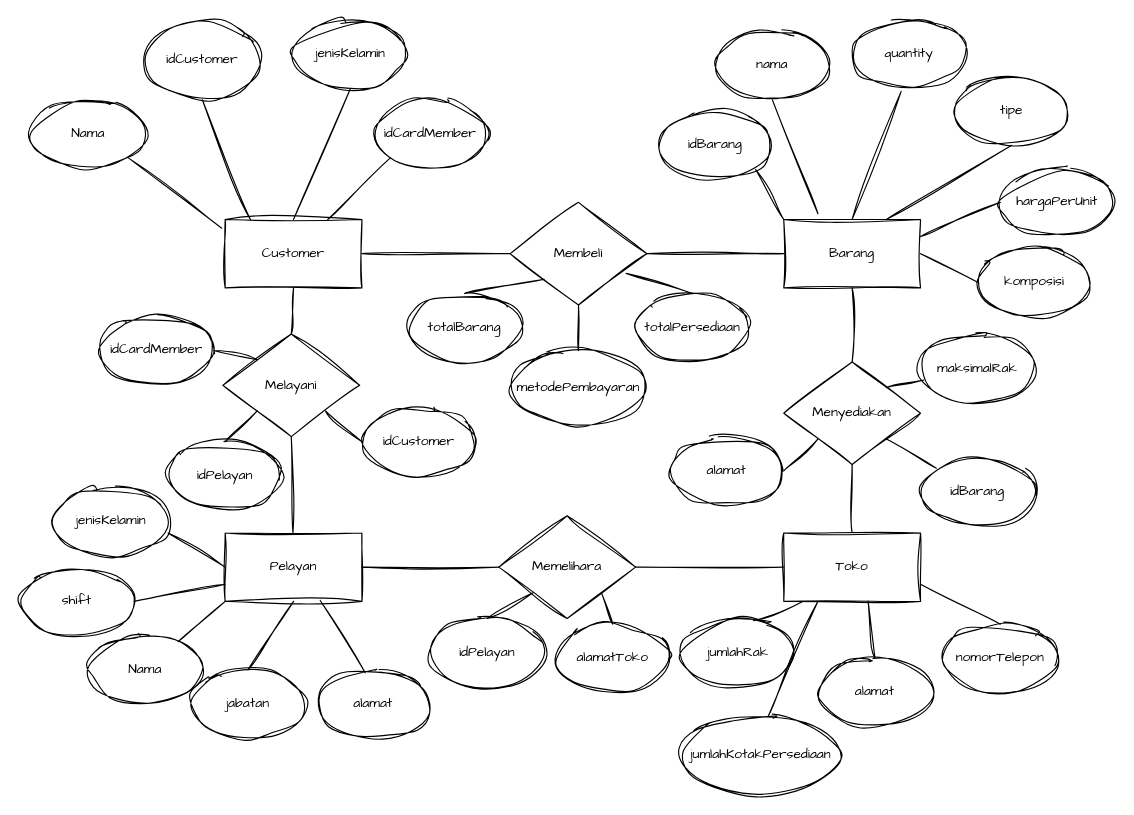
Before: page "UTS1" (1 of 3) of UTS.drawio in azzaky9/Analisis-Desain-System-Archive, a draw.io diagram. Source tidied: cells renumbered, new cells numbered last; positions are measured from the earlier drawing's top-left corner, leaving out a move shared by most shapes. Both pictures are drawn from the tidied source at 114%, with x=0, y=0 at pixel (19, 19).
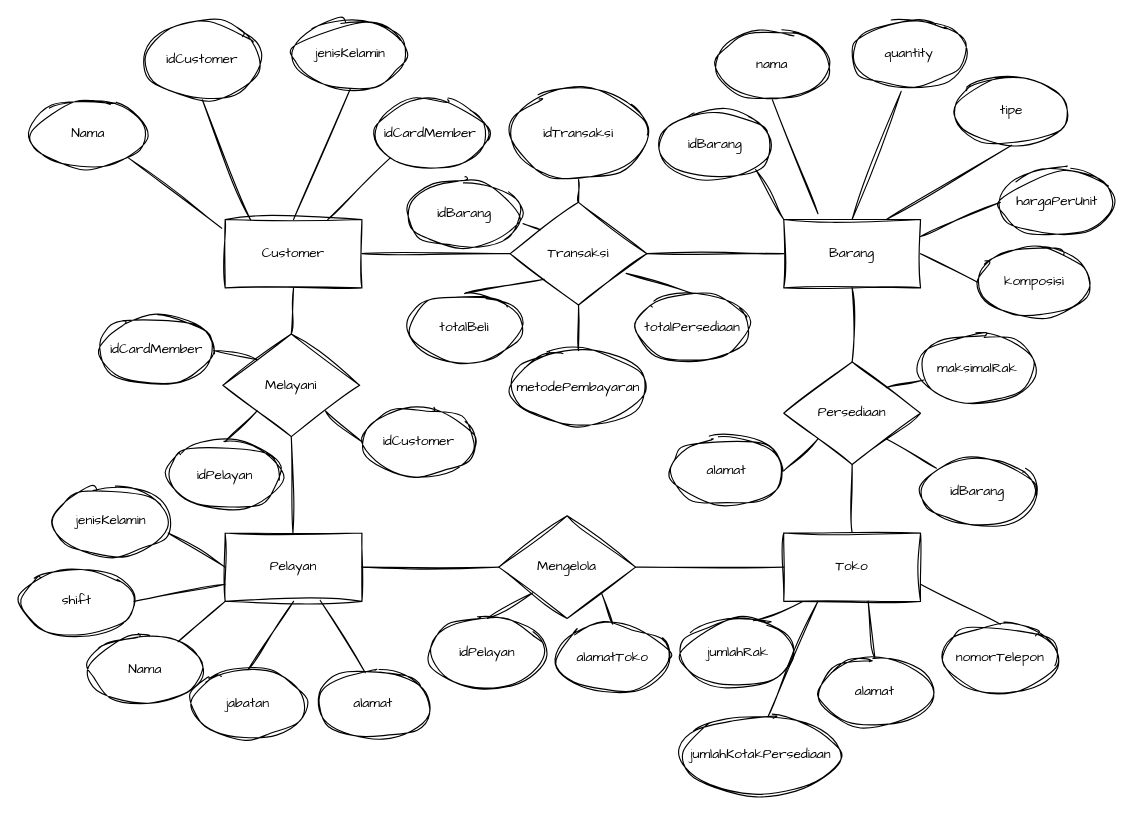
The same diagram, later.

Diff of the diagram source:
```diff
@@
-    <mxCell id="4" value="Membeli" style="rhombus;whiteSpace=wrap;html=1;sketch=1;hachureGap=4;jiggle=2;curveFitting=1;fontFamily=Architects Daughter;" parent="1" vertex="1">
+    <mxCell id="4" value="Transaksi" style="rhombus;whiteSpace=wrap;html=1;sketch=1;hachureGap=4;jiggle=2;curveFitting=1;fontFamily=Architects Daughter;" parent="1" vertex="1">
       <mxGeometry x="430" y="160" width="120" height="90" as="geometry" />
     </mxCell>
@@
-    <mxCell id="7" value="Menyediakan" style="rhombus;whiteSpace=wrap;html=1;sketch=1;hachureGap=4;jiggle=2;curveFitting=1;fontFamily=Architects Daughter;" parent="1" vertex="1">
+    <mxCell id="7" value="Persediaan" style="rhombus;whiteSpace=wrap;html=1;sketch=1;hachureGap=4;jiggle=2;curveFitting=1;fontFamily=Architects Daughter;" parent="1" vertex="1">
       <mxGeometry x="670" y="300" width="120" height="90" as="geometry" />
     </mxCell>
@@
-    <mxCell id="15" value="Memelihara" style="rhombus;whiteSpace=wrap;html=1;sketch=1;hachureGap=4;jiggle=2;curveFitting=1;fontFamily=Architects Daughter;" parent="1" vertex="1">
+    <mxCell id="15" value="Mengelola" style="rhombus;whiteSpace=wrap;html=1;sketch=1;hachureGap=4;jiggle=2;curveFitting=1;fontFamily=Architects Daughter;" parent="1" vertex="1">
       <mxGeometry x="420" y="435" width="120" height="90" as="geometry" />
     </mxCell>
@@
-    <mxCell id="56" value="totalBarang" style="ellipse;whiteSpace=wrap;html=1;sketch=1;hachureGap=4;jiggle=2;curveFitting=1;fontFamily=Architects Daughter;" parent="1" vertex="1">
+    <mxCell id="56" value="totalBeli" style="ellipse;whiteSpace=wrap;html=1;sketch=1;hachureGap=4;jiggle=2;curveFitting=1;fontFamily=Architects Daughter;" parent="1" vertex="1">
       <mxGeometry x="340" y="240" width="100" height="60" as="geometry" />
     </mxCell>
@@
+    <mxCell id="78" value="idTransaksi" style="ellipse;whiteSpace=wrap;html=1;sketch=1;hachureGap=4;jiggle=2;curveFitting=1;fontFamily=Architects Daughter;" parent="1" vertex="1">
+      <mxGeometry x="430" y="60" width="120" height="80" as="geometry" />
+    </mxCell>
+    <mxCell id="79" style="endArrow=none;html=1;rounded=0;sketch=1;hachureGap=4;jiggle=2;curveFitting=1;fontFamily=Architects Daughter;exitX=0.5;exitY=0;exitDx=0;exitDy=0;" parent="1" edge="1" source="4">
+      <mxGeometry relative="1" as="geometry">
+        <mxPoint x="490" y="140" as="targetPoint" />
+      </mxGeometry>
+    </mxCell>
+    <mxCell id="80" value="idBarang" style="ellipse;whiteSpace=wrap;html=1;sketch=1;hachureGap=4;jiggle=2;curveFitting=1;fontFamily=Architects Daughter;" parent="1" vertex="1">
+      <mxGeometry x="340" y="140" width="100" height="60" as="geometry" />
+    </mxCell>
+    <mxCell id="81" style="endArrow=none;html=1;rounded=0;sketch=1;hachureGap=4;jiggle=2;curveFitting=1;fontFamily=Architects Daughter;entryX=1.013;entryY=0.644;entryDx=0;entryDy=0;entryPerimeter=0;exitX=0.222;exitY=0.267;exitDx=0;exitDy=0;exitPerimeter=0;" parent="1" edge="1" source="4" target="80">
+      <mxGeometry relative="1" as="geometry" />
+    </mxCell>
```
